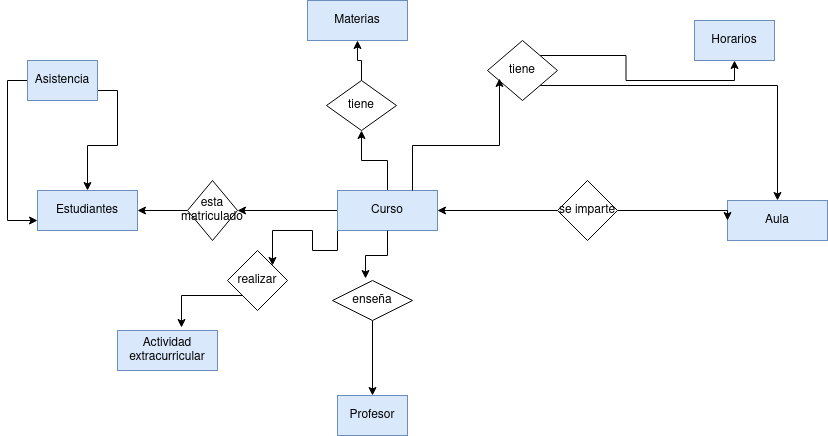
Above: Unidad-1/Tareas/Tareas entregables - Tarea 1/Tarea entregable - 1.drawio.png in CRhernandez1/base-datos (draw.io), before the change. Source tidied: cells renumbered, new cells last; positions are measured from the earlier drawing's top-left corner, leaving out a move shared by most shapes.
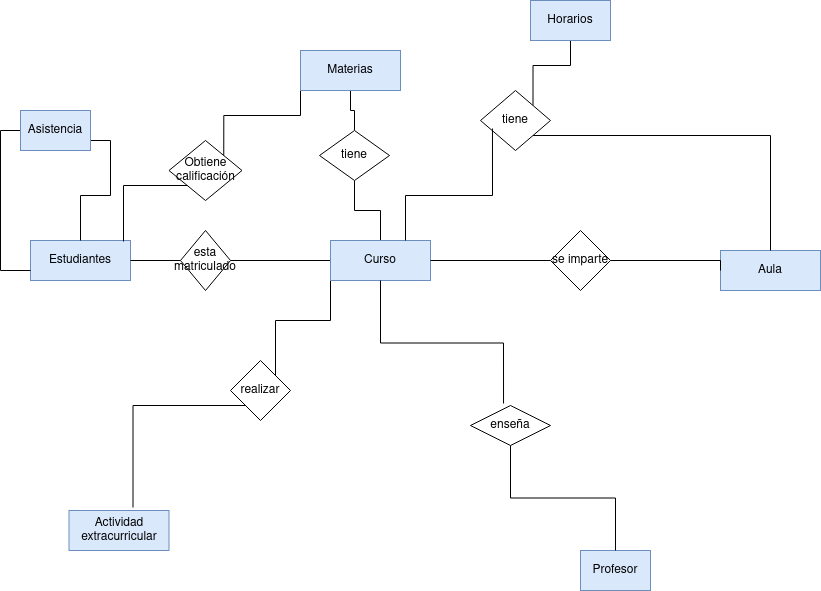
The same diagram one commit later.

Diff of the diagram source:
```diff
@@ -2,13 +2,13 @@
   <root>
     <mxCell id="0" />
     <mxCell id="1" parent="0" />
-    <mxCell id="2" style="edgeStyle=orthogonalEdgeStyle;rounded=0;jettySize=auto;html=1;exitX=0;exitY=0.5;exitDx=0;exitDy=0;entryX=1;entryY=0.5;entryDx=0;entryDy=0;" parent="1" edge="1" source="5" target="8">
+    <mxCell id="2" style="edgeStyle=orthogonalEdgeStyle;rounded=0;jettySize=auto;html=1;exitX=0;exitY=0.5;exitDx=0;exitDy=0;entryX=1;entryY=0.5;entryDx=0;entryDy=0;endArrow=none;endFill=0;" parent="1" edge="1" source="5" target="8">
       <mxGeometry relative="1" as="geometry" />
     </mxCell>
-    <mxCell id="3" style="edgeStyle=orthogonalEdgeStyle;rounded=0;jettySize=auto;html=1;exitX=0.5;exitY=0;exitDx=0;exitDy=0;entryX=0.5;entryY=1;entryDx=0;entryDy=0;" parent="1" edge="1" source="5" target="13">
+    <mxCell id="3" style="edgeStyle=orthogonalEdgeStyle;rounded=0;jettySize=auto;html=1;exitX=0.5;exitY=0;exitDx=0;exitDy=0;entryX=0.5;entryY=1;entryDx=0;entryDy=0;endArrow=none;endFill=0;" parent="1" edge="1" source="5" target="13">
       <mxGeometry relative="1" as="geometry" />
     </mxCell>
-    <mxCell id="4" style="edgeStyle=orthogonalEdgeStyle;rounded=0;jettySize=auto;html=1;exitX=0;exitY=1;exitDx=0;exitDy=0;entryX=1;entryY=0;entryDx=0;entryDy=0;" parent="1" edge="1" source="5" target="29">
+    <mxCell id="4" style="edgeStyle=orthogonalEdgeStyle;rounded=0;jettySize=auto;html=1;exitX=0;exitY=1;exitDx=0;exitDy=0;entryX=1;entryY=0;entryDx=0;entryDy=0;endArrow=none;endFill=0;" parent="1" edge="1" source="5" target="29">
       <mxGeometry relative="1" as="geometry" />
     </mxCell>
     <mxCell id="5" value="Curso" style="whiteSpace=wrap;html=1;align=center;fillColor=#dae8fc;strokeColor=#6c8ebf;" parent="1" vertex="1">
@@ -17,37 +17,40 @@
     <mxCell id="6" value="Estudiantes" style="whiteSpace=wrap;html=1;align=center;fillColor=#dae8fc;strokeColor=#6c8ebf;" parent="1" vertex="1">
       <mxGeometry x="10" y="190" width="100" height="40" as="geometry" />
     </mxCell>
-    <mxCell id="7" style="edgeStyle=orthogonalEdgeStyle;rounded=0;jettySize=auto;html=1;exitX=0;exitY=0.5;exitDx=0;exitDy=0;entryX=1;entryY=0.5;entryDx=0;entryDy=0;" parent="1" edge="1" source="8" target="6">
+    <mxCell id="7" style="edgeStyle=orthogonalEdgeStyle;rounded=0;jettySize=auto;html=1;exitX=0;exitY=0.5;exitDx=0;exitDy=0;entryX=1;entryY=0.5;entryDx=0;entryDy=0;endArrow=none;endFill=0;" parent="1" edge="1" source="8" target="6">
       <mxGeometry relative="1" as="geometry" />
     </mxCell>
     <mxCell id="8" value="esta matriculado" style="shape=rhombus;perimeter=rhombusPerimeter;whiteSpace=wrap;html=1;align=center;" parent="1" vertex="1">
       <mxGeometry x="160" y="180" width="50" height="60" as="geometry" />
     </mxCell>
     <mxCell id="9" value="&lt;div&gt;Profesor&lt;/div&gt;" style="whiteSpace=wrap;html=1;align=center;fillColor=#dae8fc;strokeColor=#6c8ebf;" parent="1" vertex="1">
-      <mxGeometry x="310" y="395" width="70" height="40" as="geometry" />
+      <mxGeometry x="560" y="500" width="70" height="40" as="geometry" />
     </mxCell>
-    <mxCell id="10" style="edgeStyle=orthogonalEdgeStyle;rounded=0;jettySize=auto;html=1;exitX=0.5;exitY=1;exitDx=0;exitDy=0;entryX=0.5;entryY=0;entryDx=0;entryDy=0;" parent="1" edge="1" source="11" target="9">
+    <mxCell id="10" style="edgeStyle=orthogonalEdgeStyle;rounded=0;jettySize=auto;html=1;exitX=0.5;exitY=1;exitDx=0;exitDy=0;entryX=0.5;entryY=0;entryDx=0;entryDy=0;endArrow=none;endFill=0;" parent="1" edge="1" source="11" target="9">
       <mxGeometry relative="1" as="geometry" />
     </mxCell>
     <mxCell id="11" value="enseña" style="shape=rhombus;perimeter=rhombusPerimeter;whiteSpace=wrap;html=1;align=center;" parent="1" vertex="1">
-      <mxGeometry x="305" y="280" width="80" height="40" as="geometry" />
+      <mxGeometry x="450" y="355" width="80" height="40" as="geometry" />
     </mxCell>
-    <mxCell id="12" style="edgeStyle=orthogonalEdgeStyle;rounded=0;jettySize=auto;html=1;exitX=0.5;exitY=0;exitDx=0;exitDy=0;entryX=0.5;entryY=1;entryDx=0;entryDy=0;" parent="1" edge="1" source="13" target="14">
+    <mxCell id="12" style="edgeStyle=orthogonalEdgeStyle;rounded=0;jettySize=auto;html=1;exitX=0.5;exitY=0;exitDx=0;exitDy=0;entryX=0.5;entryY=1;entryDx=0;entryDy=0;endArrow=none;endFill=0;" parent="1" edge="1" source="13" target="14">
       <mxGeometry relative="1" as="geometry" />
     </mxCell>
     <mxCell id="13" value="tiene" style="shape=rhombus;perimeter=rhombusPerimeter;whiteSpace=wrap;html=1;align=center;" parent="1" vertex="1">
       <mxGeometry x="299" y="80" width="70" height="50" as="geometry" />
     </mxCell>
+    <mxCell id="31" style="edgeStyle=orthogonalEdgeStyle;rounded=0;jettySize=auto;html=1;exitX=0;exitY=1;exitDx=0;exitDy=0;entryX=1;entryY=0;entryDx=0;entryDy=0;endArrow=none;endFill=0;" parent="1" edge="1" source="14" target="32">
+      <mxGeometry relative="1" as="geometry" />
+    </mxCell>
     <mxCell id="14" value="Materias" style="whiteSpace=wrap;html=1;align=center;fillColor=#dae8fc;strokeColor=#6c8ebf;" parent="1" vertex="1">
       <mxGeometry x="280" width="100" height="40" as="geometry" />
     </mxCell>
     <mxCell id="15" value="Aula" style="whiteSpace=wrap;html=1;align=center;fillColor=#dae8fc;strokeColor=#6c8ebf;" parent="1" vertex="1">
       <mxGeometry x="700" y="200" width="100" height="40" as="geometry" />
     </mxCell>
-    <mxCell id="16" style="edgeStyle=orthogonalEdgeStyle;rounded=0;jettySize=auto;html=1;exitX=0;exitY=0.5;exitDx=0;exitDy=0;entryX=1;entryY=0.5;entryDx=0;entryDy=0;" parent="1" edge="1" source="18" target="5">
+    <mxCell id="16" style="edgeStyle=orthogonalEdgeStyle;rounded=0;jettySize=auto;html=1;exitX=0;exitY=0.5;exitDx=0;exitDy=0;entryX=1;entryY=0.5;entryDx=0;entryDy=0;endArrow=none;endFill=0;" parent="1" edge="1" source="18" target="5">
       <mxGeometry relative="1" as="geometry" />
     </mxCell>
-    <mxCell id="17" style="edgeStyle=orthogonalEdgeStyle;rounded=0;jettySize=auto;html=1;exitX=1;exitY=0.5;exitDx=0;exitDy=0;entryX=0;entryY=0.5;entryDx=0;entryDy=0;" parent="1" edge="1" source="18" target="15">
+    <mxCell id="17" style="edgeStyle=orthogonalEdgeStyle;rounded=0;jettySize=auto;html=1;exitX=1;exitY=0.5;exitDx=0;exitDy=0;entryX=0;entryY=0.5;entryDx=0;entryDy=0;endArrow=none;endFill=0;" parent="1" edge="1" source="18" target="15">
       <mxGeometry relative="1" as="geometry">
         <Array as="points">
           <mxPoint x="700" y="210" />
@@ -57,41 +60,47 @@
     <mxCell id="18" value="se imparte" style="shape=rhombus;perimeter=rhombusPerimeter;whiteSpace=wrap;html=1;align=center;" parent="1" vertex="1">
       <mxGeometry x="530" y="180" width="60" height="60" as="geometry" />
     </mxCell>
-    <mxCell id="19" style="edgeStyle=orthogonalEdgeStyle;rounded=0;jettySize=auto;html=1;exitX=1;exitY=0;exitDx=0;exitDy=0;entryX=0.5;entryY=1;entryDx=0;entryDy=0;" parent="1" edge="1" source="21" target="22">
+    <mxCell id="19" style="edgeStyle=orthogonalEdgeStyle;rounded=0;jettySize=auto;html=1;exitX=1;exitY=0;exitDx=0;exitDy=0;entryX=0.5;entryY=1;entryDx=0;entryDy=0;endArrow=none;endFill=0;" parent="1" edge="1" source="21" target="22">
       <mxGeometry relative="1" as="geometry" />
     </mxCell>
-    <mxCell id="20" style="edgeStyle=orthogonalEdgeStyle;rounded=0;jettySize=auto;html=1;exitX=1;exitY=1;exitDx=0;exitDy=0;entryX=0.5;entryY=0;entryDx=0;entryDy=0;" parent="1" edge="1" source="21" target="15">
+    <mxCell id="20" style="edgeStyle=orthogonalEdgeStyle;rounded=0;jettySize=auto;html=1;exitX=1;exitY=1;exitDx=0;exitDy=0;entryX=0.5;entryY=0;entryDx=0;entryDy=0;endArrow=none;endFill=0;" parent="1" edge="1" source="21" target="15">
       <mxGeometry relative="1" as="geometry" />
     </mxCell>
     <mxCell id="21" value="tiene" style="shape=rhombus;perimeter=rhombusPerimeter;whiteSpace=wrap;html=1;align=center;" parent="1" vertex="1">
       <mxGeometry x="460" y="40" width="70" height="60" as="geometry" />
     </mxCell>
     <mxCell id="22" value="Horarios" style="whiteSpace=wrap;html=1;align=center;fillColor=#dae8fc;strokeColor=#6c8ebf;" parent="1" vertex="1">
-      <mxGeometry x="667" y="20" width="80" height="40" as="geometry" />
+      <mxGeometry x="510" y="-50" width="80" height="40" as="geometry" />
     </mxCell>
-    <mxCell id="23" style="edgeStyle=orthogonalEdgeStyle;rounded=0;jettySize=auto;html=1;exitX=0.5;exitY=1;exitDx=0;exitDy=0;entryX=0.413;entryY=-0.05;entryDx=0;entryDy=0;entryPerimeter=0;" parent="1" edge="1" source="5" target="11">
+    <mxCell id="23" style="edgeStyle=orthogonalEdgeStyle;rounded=0;jettySize=auto;html=1;exitX=0.5;exitY=1;exitDx=0;exitDy=0;entryX=0.413;entryY=-0.05;entryDx=0;entryDy=0;entryPerimeter=0;endArrow=none;endFill=0;" parent="1" edge="1" source="5" target="11">
       <mxGeometry relative="1" as="geometry" />
     </mxCell>
-    <mxCell id="24" style="edgeStyle=orthogonalEdgeStyle;rounded=0;jettySize=auto;html=1;exitX=0.75;exitY=0;exitDx=0;exitDy=0;entryX=0.171;entryY=0.633;entryDx=0;entryDy=0;entryPerimeter=0;" parent="1" edge="1" source="5" target="21">
+    <mxCell id="24" style="edgeStyle=orthogonalEdgeStyle;rounded=0;jettySize=auto;html=1;exitX=0.75;exitY=0;exitDx=0;exitDy=0;entryX=0.171;entryY=0.633;entryDx=0;entryDy=0;entryPerimeter=0;endArrow=none;endFill=0;" parent="1" edge="1" source="5" target="21">
       <mxGeometry relative="1" as="geometry" />
     </mxCell>
-    <mxCell id="25" style="edgeStyle=orthogonalEdgeStyle;rounded=0;jettySize=auto;html=1;exitX=0;exitY=0.5;exitDx=0;exitDy=0;entryX=0;entryY=0.75;entryDx=0;entryDy=0;" parent="1" edge="1" source="27" target="6">
+    <mxCell id="25" style="edgeStyle=orthogonalEdgeStyle;rounded=0;jettySize=auto;html=1;exitX=0;exitY=0.5;exitDx=0;exitDy=0;entryX=0;entryY=0.75;entryDx=0;entryDy=0;endArrow=none;endFill=0;" parent="1" edge="1" source="27" target="6">
       <mxGeometry relative="1" as="geometry" />
     </mxCell>
-    <mxCell id="26" style="edgeStyle=orthogonalEdgeStyle;rounded=0;jettySize=auto;html=1;exitX=1;exitY=0.75;exitDx=0;exitDy=0;entryX=0.5;entryY=0;entryDx=0;entryDy=0;" parent="1" edge="1" source="27" target="6">
+    <mxCell id="26" style="edgeStyle=orthogonalEdgeStyle;rounded=0;jettySize=auto;html=1;exitX=1;exitY=0.75;exitDx=0;exitDy=0;entryX=0.5;entryY=0;entryDx=0;entryDy=0;endArrow=none;endFill=0;" parent="1" edge="1" source="27" target="6">
       <mxGeometry relative="1" as="geometry" />
     </mxCell>
     <mxCell id="27" value="Asistencia" style="whiteSpace=wrap;html=1;align=center;fillColor=#dae8fc;strokeColor=#6c8ebf;" parent="1" vertex="1">
       <mxGeometry y="60" width="70" height="40" as="geometry" />
     </mxCell>
     <mxCell id="28" value="Actividad extracurricular" style="whiteSpace=wrap;html=1;align=center;fillColor=#dae8fc;strokeColor=#6c8ebf;" parent="1" vertex="1">
-      <mxGeometry x="90" y="330" width="100" height="40" as="geometry" />
+      <mxGeometry x="48.5" y="460" width="100" height="40" as="geometry" />
     </mxCell>
     <mxCell id="29" value="realizar" style="shape=rhombus;perimeter=rhombusPerimeter;whiteSpace=wrap;html=1;align=center;" parent="1" vertex="1">
-      <mxGeometry x="200" y="250" width="60" height="60" as="geometry" />
+      <mxGeometry x="210" y="310" width="60" height="60" as="geometry" />
     </mxCell>
-    <mxCell id="30" style="edgeStyle=orthogonalEdgeStyle;rounded=0;jettySize=auto;html=1;exitX=0;exitY=1;exitDx=0;exitDy=0;entryX=0.64;entryY=-0.075;entryDx=0;entryDy=0;entryPerimeter=0;" parent="1" edge="1" source="29" target="28">
+    <mxCell id="30" style="edgeStyle=orthogonalEdgeStyle;rounded=0;jettySize=auto;html=1;exitX=0;exitY=1;exitDx=0;exitDy=0;entryX=0.64;entryY=-0.075;entryDx=0;entryDy=0;entryPerimeter=0;endArrow=none;endFill=0;" parent="1" edge="1" source="29" target="28">
       <mxGeometry relative="1" as="geometry" />
     </mxCell>
+    <mxCell id="32" value="Obtiene calificación" style="shape=rhombus;perimeter=rhombusPerimeter;whiteSpace=wrap;html=1;align=center;" parent="1" vertex="1">
+      <mxGeometry x="148.5" y="90" width="73" height="60" as="geometry" />
+    </mxCell>
+    <mxCell id="33" style="edgeStyle=orthogonalEdgeStyle;rounded=0;jettySize=auto;html=1;exitX=0;exitY=1;exitDx=0;exitDy=0;entryX=0.93;entryY=0.025;entryDx=0;entryDy=0;entryPerimeter=0;endArrow=none;endFill=0;" parent="1" edge="1" source="32" target="6">
+      <mxGeometry relative="1" as="geometry" />
+    </mxCell>
   </root>
 </mxGraphModel>
```
